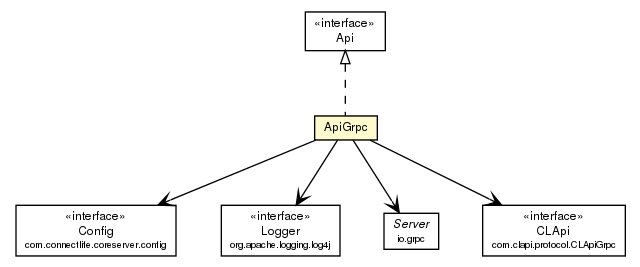
The Graphviz diagram javadoc/coreserver/com/connectlife/coreserver/apiserver/ApiGrpc.png in ericpinet/ConnectLife, before a commit. Its source is kept beside it as javadoc/coreserver/com/connectlife/coreserver/apiserver/ApiGrpc.dot.
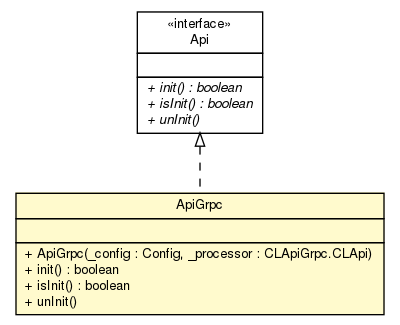
After the change.

The edit, as a diff of the source:
```diff
@@ -4,47 +4,33 @@
 	node [fontname="Helvetica",fontsize=10,shape=plaintext];
 	nodesep=0.25;
 	ranksep=0.5;
-	c1084 [label=<<table title="com.connectlife.coreserver.apiserver.ApiGrpc" border="0" cellborder="1" cellspacing="0" cellpadding="2" port="p" bgcolor="lemonChiffon" href="./ApiGrpc.html">
+	c969 [label=<<table title="com.connectlife.coreserver.apiserver.ApiGrpc" border="0" cellborder="1" cellspacing="0" cellpadding="2" port="p" bgcolor="lemonChiffon" href="./ApiGrpc.html">
 		<tr><td><table border="0" cellspacing="0" cellpadding="1">
 <tr><td align="center" balign="center"> ApiGrpc </td></tr>
 		</table></td></tr>
-		</table>>, fontname="Helvetica", fontcolor="black", fontsize=9.0];
-	c1085 [label=<<table title="com.connectlife.coreserver.apiserver.Api" border="0" cellborder="1" cellspacing="0" cellpadding="2" port="p" href="./Api.html">
+		<tr><td><table border="0" cellspacing="0" cellpadding="1">
+<tr><td align="left" balign="left">  </td></tr>
+		</table></td></tr>
+		<tr><td><table border="0" cellspacing="0" cellpadding="1">
+<tr><td align="left" balign="left"> + ApiGrpc(_config : Config, _processor : CLApiGrpc.CLApi) </td></tr>
+<tr><td align="left" balign="left"> + init() : boolean </td></tr>
+<tr><td align="left" balign="left"> + isInit() : boolean </td></tr>
+<tr><td align="left" balign="left"> + unInit() </td></tr>
+		</table></td></tr>
+		</table>>, fontname="Helvetica", fontcolor="black", fontsize=10.0];
+	c970 [label=<<table title="com.connectlife.coreserver.apiserver.Api" border="0" cellborder="1" cellspacing="0" cellpadding="2" port="p" href="./Api.html">
 		<tr><td><table border="0" cellspacing="0" cellpadding="1">
 <tr><td align="center" balign="center"> &#171;interface&#187; </td></tr>
 <tr><td align="center" balign="center"> Api </td></tr>
 		</table></td></tr>
-		</table>>, fontname="Helvetica", fontcolor="black", fontsize=9.0];
-	c1108 [label=<<table title="com.connectlife.coreserver.config.Config" border="0" cellborder="1" cellspacing="0" cellpadding="2" port="p" href="../config/Config.html">
 		<tr><td><table border="0" cellspacing="0" cellpadding="1">
-<tr><td align="center" balign="center"> &#171;interface&#187; </td></tr>
-<tr><td align="center" balign="center"> Config </td></tr>
-<tr><td align="center" balign="center"><font point-size="7.0"> com.connectlife.coreserver.config </font></td></tr>
+<tr><td align="left" balign="left">  </td></tr>
 		</table></td></tr>
-		</table>>, fontname="Helvetica", fontcolor="black", fontsize=9.0];
-	c1085:p -> c1084:p [dir=back,arrowtail=empty,style=dashed];
-	c1084:p -> c1114:p [taillabel="", label="", headlabel="", fontname="Helvetica", fontcolor="black", fontsize=10.0, color="black", arrowhead=open];
-	c1084:p -> c1108:p [taillabel="", label="", headlabel="", fontname="Helvetica", fontcolor="black", fontsize=10.0, color="black", arrowhead=open];
-	c1084:p -> c1116:p [taillabel="", label="", headlabel="", fontname="Helvetica", fontcolor="black", fontsize=10.0, color="black", arrowhead=open];
-	c1084:p -> c1117:p [taillabel="", label="", headlabel="", fontname="Helvetica", fontcolor="black", fontsize=10.0, color="black", arrowhead=open];
-	c1117 [label=<<table title="com.clapi.protocol.CLApiGrpc.CLApi" border="0" cellborder="1" cellspacing="0" cellpadding="2" port="p" href="http://java.sun.com/j2se/1.4.2/docs/api/com/clapi/protocol/CLApiGrpc/CLApi.html">
 		<tr><td><table border="0" cellspacing="0" cellpadding="1">
-<tr><td align="center" balign="center"> &#171;interface&#187; </td></tr>
-<tr><td align="center" balign="center"> CLApi </td></tr>
-<tr><td align="center" balign="center"><font point-size="7.0"> com.clapi.protocol.CLApiGrpc </font></td></tr>
+<tr><td align="left" balign="left"><font face="Helvetica-Oblique" point-size="10.0"> + init() : boolean </font></td></tr>
+<tr><td align="left" balign="left"><font face="Helvetica-Oblique" point-size="10.0"> + isInit() : boolean </font></td></tr>
+<tr><td align="left" balign="left"><font face="Helvetica-Oblique" point-size="10.0"> + unInit() </font></td></tr>
 		</table></td></tr>
-		</table>>, fontname="Helvetica", fontcolor="black", fontsize=9.0];
-	c1116 [label=<<table title="io.grpc.Server" border="0" cellborder="1" cellspacing="0" cellpadding="2" port="p" href="http://java.sun.com/j2se/1.4.2/docs/api/io/grpc/Server.html">
-		<tr><td><table border="0" cellspacing="0" cellpadding="1">
-<tr><td align="center" balign="center"><font face="Helvetica-Oblique"> Server </font></td></tr>
-<tr><td align="center" balign="center"><font point-size="7.0"> io.grpc </font></td></tr>
-		</table></td></tr>
-		</table>>, fontname="Helvetica", fontcolor="black", fontsize=9.0];
-	c1114 [label=<<table title="org.apache.logging.log4j.Logger" border="0" cellborder="1" cellspacing="0" cellpadding="2" port="p" href="http://java.sun.com/j2se/1.4.2/docs/api/org/apache/logging/log4j/Logger.html">
-		<tr><td><table border="0" cellspacing="0" cellpadding="1">
-<tr><td align="center" balign="center"> &#171;interface&#187; </td></tr>
-<tr><td align="center" balign="center"> Logger </td></tr>
-<tr><td align="center" balign="center"><font point-size="7.0"> org.apache.logging.log4j </font></td></tr>
-		</table></td></tr>
-		</table>>, fontname="Helvetica", fontcolor="black", fontsize=9.0];
+		</table>>, fontname="Helvetica", fontcolor="black", fontsize=10.0];
+	c970:p -> c969:p [dir=back,arrowtail=empty,style=dashed];
 }
```
